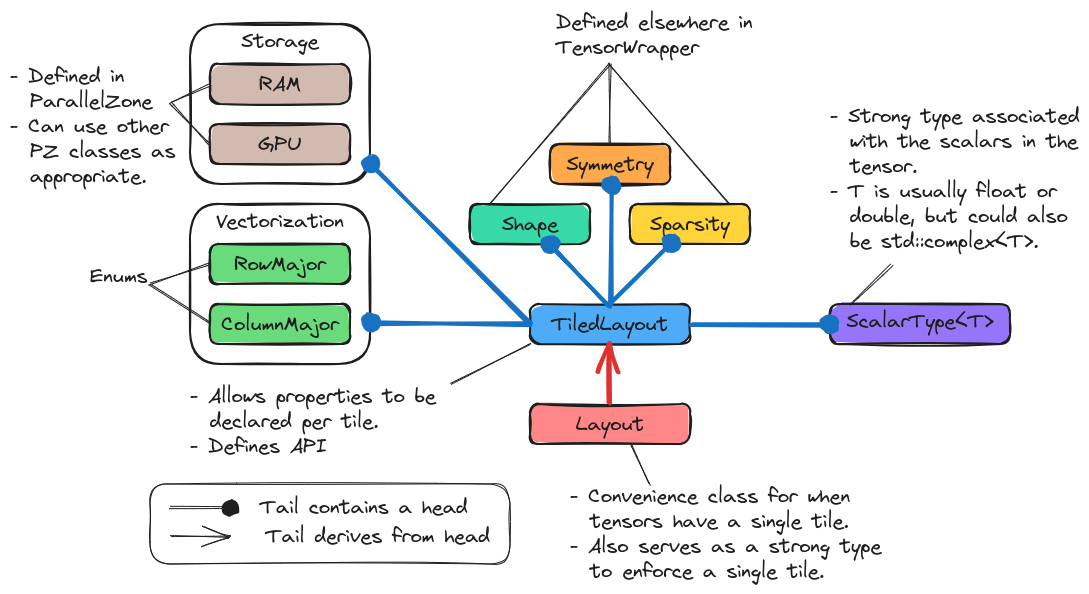
The Excalidraw diagram docs/source/developer/design/assets/layout.png in NWChemEx/TensorWrapper, before a commit. Source tidied: one line per element, renumbered; positions are measured from the earlier drawing's top-left corner, leaving out a move shared by most shapes. Source of this version:
```json
{"id": 0, "type": "rectangle", "strokeColor": "#1e1e1e", "backgroundColor": "#ff8787", "fillStyle": "solid", "strokeWidth": 2, "roughness": 1, "round": true, "x": 520, "y": 394, "width": 160, "height": 40}
{"id": 1, "type": "text", "text": "Layout", "strokeColor": "#1e1e1e", "strokeWidth": 1, "roughness": 1, "fontSize": 20, "fontFamily": 1, "textAlign": "center", "verticalAlign": "middle", "inside": 0, "x": 566, "y": 402, "width": 68, "height": 25}
{"id": 2, "type": "rectangle", "strokeColor": "#1e1e1e", "backgroundColor": "#38d9a9", "fillStyle": "solid", "strokeWidth": 2, "roughness": 1, "round": true, "x": 460, "y": 194, "width": 120, "height": 40}
{"id": 3, "type": "text", "text": "Shape", "strokeColor": "#1e1e1e", "strokeWidth": 1, "roughness": 1, "fontSize": 20, "fontFamily": 1, "textAlign": "center", "verticalAlign": "middle", "inside": 2, "x": 492, "y": 202, "width": 56, "height": 25}
{"id": 4, "type": "rectangle", "strokeColor": "#1e1e1e", "backgroundColor": "#ffa94d", "fillStyle": "solid", "strokeWidth": 2, "roughness": 1, "round": true, "x": 540, "y": 134, "width": 120, "height": 40}
{"id": 5, "type": "text", "text": "Symmetry", "strokeColor": "#1e1e1e", "strokeWidth": 1, "roughness": 1, "fontSize": 20, "fontFamily": 1, "textAlign": "center", "verticalAlign": "middle", "inside": 4, "x": 556, "y": 142, "width": 87, "height": 25}
{"id": 6, "type": "rectangle", "strokeColor": "#1e1e1e", "backgroundColor": "#ffd43b", "fillStyle": "solid", "strokeWidth": 2, "roughness": 1, "round": true, "x": 620, "y": 194, "width": 120, "height": 40}
{"id": 7, "type": "text", "text": "Sparsity", "strokeColor": "#1e1e1e", "strokeWidth": 1, "roughness": 1, "fontSize": 20, "fontFamily": 1, "textAlign": "center", "verticalAlign": "middle", "inside": 6, "x": 640, "y": 202, "width": 80, "height": 25}
{"id": 8, "type": "rectangle", "strokeColor": "#1e1e1e", "strokeWidth": 2, "roughness": 1, "round": true, "x": 180, "y": 194, "width": 180, "height": 160}
{"id": 9, "type": "text", "text": "Vectorization", "strokeColor": "#1e1e1e", "strokeWidth": 1, "roughness": 1, "fontSize": 20, "fontFamily": 1, "textAlign": "center", "inside": 8, "x": 206, "y": 199, "width": 128, "height": 25}
{"id": 10, "type": "rectangle", "strokeColor": "#1e1e1e", "backgroundColor": "#4dabf7", "fillStyle": "solid", "strokeWidth": 2, "roughness": 1, "round": true, "x": 520, "y": 294, "width": 160, "height": 40}
{"id": 11, "type": "text", "text": "TiledLayout", "strokeColor": "#1e1e1e", "strokeWidth": 1, "roughness": 1, "fontSize": 20, "fontFamily": 1, "textAlign": "center", "verticalAlign": "middle", "inside": 10, "x": 542, "y": 302, "width": 116, "height": 25}
{"id": 12, "type": "text", "text": "- Allows properties to be\n  declared per tile.\n- Defines API", "strokeColor": "#1e1e1e", "strokeWidth": 1, "roughness": 1, "fontSize": 20, "fontFamily": 1, "x": 180, "y": 374, "width": 246, "height": 75}
{"id": 13, "type": "text", "text": "- Convenience class for when \n  tensors have a single tile.\n- Also serves as a strong type\n  to enforce a single tile.", "strokeColor": "#1e1e1e", "strokeWidth": 1, "roughness": 1, "fontSize": 20, "fontFamily": 1, "x": 560, "y": 474, "width": 311, "height": 100}
{"id": 14, "type": "rectangle", "strokeColor": "#1e1e1e", "backgroundColor": "#69db7c", "fillStyle": "solid", "strokeWidth": 2, "roughness": 1, "round": true, "x": 200, "y": 234, "width": 140, "height": 40}
{"id": 15, "type": "text", "text": "RowMajor", "strokeColor": "#1e1e1e", "strokeWidth": 1, "roughness": 1, "fontSize": 20, "fontFamily": 1, "textAlign": "center", "verticalAlign": "middle", "inside": 14, "x": 224, "y": 242, "width": 92, "height": 25}
{"id": 16, "type": "rectangle", "strokeColor": "#1e1e1e", "backgroundColor": "#69db7c", "fillStyle": "solid", "strokeWidth": 2, "roughness": 1, "round": true, "x": 200, "y": 294, "width": 140, "height": 40}
{"id": 17, "type": "text", "text": "ColumnMajor", "strokeColor": "#1e1e1e", "strokeWidth": 1, "roughness": 1, "fontSize": 20, "fontFamily": 1, "textAlign": "center", "verticalAlign": "middle", "inside": 16, "x": 211, "y": 302, "width": 117, "height": 25}
{"id": 18, "type": "text", "text": "Enums", "strokeColor": "#1e1e1e", "strokeWidth": 1, "roughness": 1, "fontSize": 20, "fontFamily": 1, "x": 80, "y": 254, "width": 58, "height": 25}
{"id": 19, "type": "rectangle", "strokeColor": "#1e1e1e", "backgroundColor": "#9775fa", "fillStyle": "solid", "strokeWidth": 2, "roughness": 1, "round": true, "x": 820, "y": 294, "width": 180, "height": 40}
{"id": 20, "type": "text", "text": "ScalarType<T>", "strokeColor": "#1e1e1e", "strokeWidth": 1, "roughness": 1, "fontSize": 20, "fontFamily": 1, "textAlign": "center", "inside": 19, "x": 837, "y": 299, "width": 147, "height": 25}
{"id": 21, "type": "text", "text": "- Strong type associated\n  with the scalars in the\n  tensor.\n- T is usually float or\n  double, but could also\n  be std::complex<T>.", "strokeColor": "#1e1e1e", "strokeWidth": 1, "roughness": 1, "fontSize": 20, "fontFamily": 1, "x": 820, "y": 94, "width": 250, "height": 150}
{"id": 22, "type": "line", "strokeColor": "#1e1e1e", "strokeWidth": 1, "roughness": 1, "round": true, "x": 140, "y": 274, "width": 60, "height": 20, "points": [[0, 0], [60, -20]]}
{"id": 23, "type": "line", "strokeColor": "#1e1e1e", "strokeWidth": 1, "roughness": 1, "round": true, "x": 140, "y": 274, "width": 60, "height": 40, "points": [[0, 0], [60, 40]]}
{"id": 24, "type": "line", "strokeColor": "#1e1e1e", "strokeWidth": 1, "roughness": 1, "round": true, "x": 841, "y": 294, "width": 40, "height": 40, "points": [[0, 0], [40, -40]]}
{"id": 25, "type": "arrow", "strokeColor": "#1971c2", "strokeWidth": 4, "roughness": 1, "endArrowhead": "dot", "round": true, "to": 4, "x": 601, "y": 295, "width": 0, "height": 120, "points": [[0, 0], [0, -120]]}
{"id": 26, "type": "arrow", "strokeColor": "#1971c2", "strokeWidth": 4, "roughness": 1, "endArrowhead": "dot", "round": true, "to": 2, "x": 600, "y": 296, "width": 60, "height": 60, "points": [[0, 0], [-60, -60]]}
{"id": 27, "type": "arrow", "strokeColor": "#1971c2", "strokeWidth": 4, "roughness": 1, "endArrowhead": "dot", "round": true, "from": 10, "to": 6, "x": 600, "y": 294, "width": 60, "height": 60, "points": [[0, 0], [60, -60]]}
{"id": 28, "type": "arrow", "strokeColor": "#1971c2", "strokeWidth": 4, "roughness": 1, "endArrowhead": "dot", "round": true, "from": 10, "to": 19, "x": 681, "y": 314, "width": 138, "height": 1, "points": [[0, 0], [138, 1]]}
{"id": 29, "type": "arrow", "strokeColor": "#1971c2", "strokeWidth": 4, "roughness": 1, "endArrowhead": "dot", "round": true, "from": 10, "to": 8, "x": 520, "y": 314, "width": 160, "height": 0, "points": [[0, 0], [-160, 0]]}
{"id": 30, "type": "arrow", "strokeColor": "#e03131", "strokeWidth": 4, "roughness": 1, "endArrowhead": "arrow", "round": true, "from": 0, "to": 10, "x": 600, "y": 394, "width": 0, "height": 60, "points": [[0, 0], [0, -60]]}
{"id": 31, "type": "arrow", "strokeColor": "#1e1e1e", "strokeWidth": 1, "roughness": 1, "endArrowhead": "dot", "round": true, "x": 160, "y": 497, "width": 60, "height": 0, "points": [[0, 0], [60, 0]]}
{"id": 32, "type": "text", "text": "Tail contains a head", "strokeColor": "#1e1e1e", "strokeWidth": 1, "roughness": 1, "fontSize": 20, "fontFamily": 1, "x": 250, "y": 485, "width": 208, "height": 25}
{"id": 33, "type": "arrow", "strokeColor": "#1e1e1e", "strokeWidth": 1, "roughness": 1, "endArrowhead": "arrow", "round": true, "x": 161, "y": 526, "width": 60, "height": 0, "points": [[0, 0], [60, 0]]}
{"id": 34, "type": "text", "text": "Tail derives from head", "strokeColor": "#1e1e1e", "strokeWidth": 1, "roughness": 1, "fontSize": 20, "fontFamily": 1, "x": 256, "y": 514, "width": 224, "height": 25}
{"id": 35, "type": "rectangle", "strokeColor": "#1e1e1e", "strokeWidth": 1, "roughness": 1, "round": true, "x": 140, "y": 474, "width": 360, "height": 80}
{"id": 36, "type": "line", "strokeColor": "#1e1e1e", "strokeWidth": 1, "roughness": 1, "round": true, "x": 440, "y": 374, "width": 80, "height": 40, "points": [[0, 0], [80, -40]]}
{"id": 37, "type": "line", "strokeColor": "#1e1e1e", "strokeWidth": 1, "roughness": 1, "round": true, "x": 640, "y": 474, "width": 20, "height": 40, "points": [[0, 0], [-20, -40]]}
{"id": 38, "type": "line", "strokeColor": "#1e1e1e", "backgroundColor": "#ff8787", "fillStyle": "solid", "strokeWidth": 1, "roughness": 1, "round": true, "x": 480, "y": 194, "width": 120, "height": 140, "points": [[0, 0], [120, -140]]}
{"id": 39, "type": "line", "strokeColor": "#1e1e1e", "backgroundColor": "#ff8787", "fillStyle": "solid", "strokeWidth": 1, "roughness": 1, "round": true, "x": 600, "y": 134, "width": 0, "height": 80, "points": [[0, 0], [0, -80]]}
{"id": 40, "type": "line", "strokeColor": "#1e1e1e", "backgroundColor": "#ff8787", "fillStyle": "solid", "strokeWidth": 1, "roughness": 1, "round": true, "x": 720, "y": 194, "width": 120, "height": 140, "points": [[0, 0], [-120, -140]]}
{"id": 41, "type": "text", "text": "Defined elsewhere in\nTensorWrapper", "strokeColor": "#1e1e1e", "backgroundColor": "#ff8787", "fillStyle": "solid", "strokeWidth": 2, "roughness": 1, "fontSize": 20, "fontFamily": 1, "x": 546, "y": 0, "width": 197, "height": 50}
{"id": 42, "type": "rectangle", "strokeColor": "#1e1e1e", "strokeWidth": 2, "roughness": 1, "round": true, "x": 180, "y": 14, "width": 180, "height": 160}
{"id": 43, "type": "text", "text": "Storage", "strokeColor": "#1e1e1e", "backgroundColor": "#9775fa", "fillStyle": "solid", "strokeWidth": 2, "roughness": 1, "fontSize": 20, "fontFamily": 1, "textAlign": "center", "inside": 42, "x": 231, "y": 19, "width": 77, "height": 25}
{"id": 44, "type": "rectangle", "strokeColor": "#1e1e1e", "backgroundColor": "#d2bab0", "fillStyle": "solid", "strokeWidth": 2, "roughness": 1, "round": true, "x": 200, "y": 54, "width": 140, "height": 40}
{"id": 45, "type": "text", "text": "RAM", "strokeColor": "#1e1e1e", "strokeWidth": 2, "roughness": 1, "fontSize": 20, "fontFamily": 1, "textAlign": "center", "verticalAlign": "middle", "inside": 44, "x": 249, "y": 62, "width": 42, "height": 25}
{"id": 46, "type": "rectangle", "strokeColor": "#1e1e1e", "backgroundColor": "#d2bab0", "fillStyle": "solid", "strokeWidth": 2, "roughness": 1, "round": true, "x": 200, "y": 114, "width": 140, "height": 40}
{"id": 47, "type": "text", "text": "GPU", "strokeColor": "#1e1e1e", "strokeWidth": 2, "roughness": 1, "fontSize": 20, "fontFamily": 1, "textAlign": "center", "verticalAlign": "middle", "inside": 46, "x": 248, "y": 122, "width": 43, "height": 25}
{"id": 48, "type": "text", "text": "- Defined in\n  ParallelZone\n- Can use other\n  PZ classes as\n  appropriate.", "strokeColor": "#1e1e1e", "strokeWidth": 2, "roughness": 1, "fontSize": 20, "fontFamily": 1, "x": 0, "y": 54, "width": 166, "height": 125}
{"id": 49, "type": "line", "strokeColor": "#1e1e1e", "strokeWidth": 1, "roughness": 1, "round": true, "x": 160, "y": 94, "width": 40, "height": 20, "points": [[0, 0], [40, -20]]}
{"id": 50, "type": "line", "strokeColor": "#1e1e1e", "strokeWidth": 1, "roughness": 1, "round": true, "x": 160, "y": 94, "width": 40, "height": 40, "points": [[0, 0], [40, 40]]}
{"id": 51, "type": "arrow", "strokeColor": "#1971c2", "backgroundColor": "#d2bab0", "fillStyle": "solid", "strokeWidth": 4, "roughness": 1, "endArrowhead": "dot", "round": true, "from": 10, "x": 520, "y": 314, "width": 160, "height": 160, "points": [[0, 0], [-160, -160]]}
```
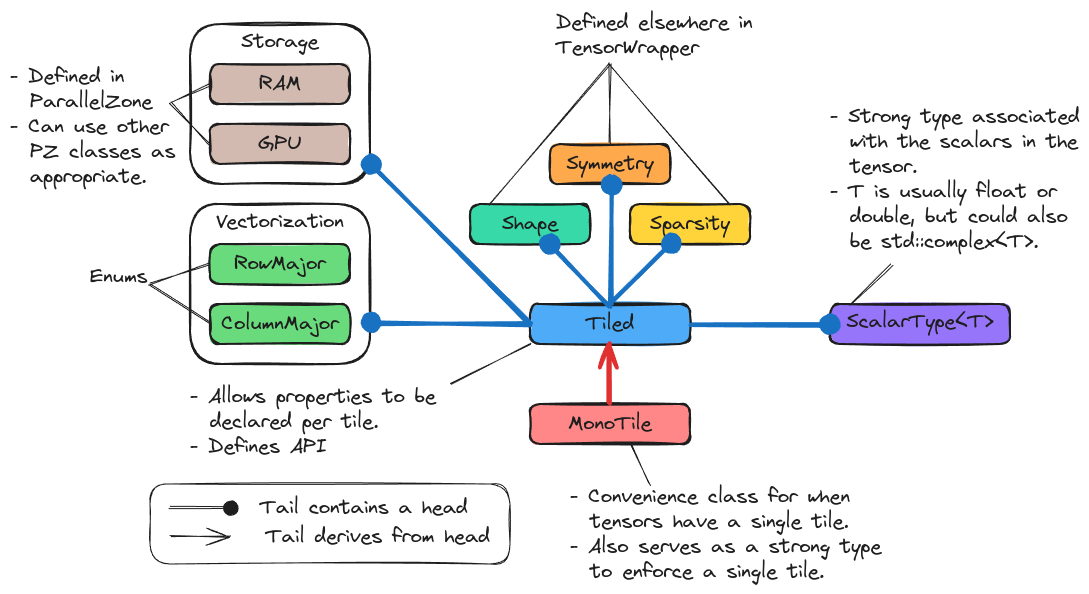
Later version of the same file.

Diff of the diagram source:
```diff
@@ -1,5 +1,5 @@
 {"id": 0, "type": "rectangle", "strokeColor": "#1e1e1e", "backgroundColor": "#ff8787", "fillStyle": "solid", "strokeWidth": 2, "roughness": 1, "round": true, "x": 520, "y": 394, "width": 160, "height": 40}
-{"id": 1, "type": "text", "text": "Layout", "strokeColor": "#1e1e1e", "strokeWidth": 1, "roughness": 1, "fontSize": 20, "fontFamily": 1, "textAlign": "center", "verticalAlign": "middle", "inside": 0, "x": 566, "y": 402, "width": 68, "height": 25}
+{"id": 1, "type": "text", "text": "MonoTile", "strokeColor": "#1e1e1e", "strokeWidth": 1, "roughness": 1, "fontSize": 20, "fontFamily": 1, "textAlign": "center", "verticalAlign": "middle", "inside": 0, "x": 558, "y": 402, "width": 83, "height": 25}
 {"id": 2, "type": "rectangle", "strokeColor": "#1e1e1e", "backgroundColor": "#38d9a9", "fillStyle": "solid", "strokeWidth": 2, "roughness": 1, "round": true, "x": 460, "y": 194, "width": 120, "height": 40}
 {"id": 3, "type": "text", "text": "Shape", "strokeColor": "#1e1e1e", "strokeWidth": 1, "roughness": 1, "fontSize": 20, "fontFamily": 1, "textAlign": "center", "verticalAlign": "middle", "inside": 2, "x": 492, "y": 202, "width": 56, "height": 25}
 {"id": 4, "type": "rectangle", "strokeColor": "#1e1e1e", "backgroundColor": "#ffa94d", "fillStyle": "solid", "strokeWidth": 2, "roughness": 1, "round": true, "x": 540, "y": 134, "width": 120, "height": 40}
@@ -9,7 +9,7 @@
 {"id": 8, "type": "rectangle", "strokeColor": "#1e1e1e", "strokeWidth": 2, "roughness": 1, "round": true, "x": 180, "y": 194, "width": 180, "height": 160}
 {"id": 9, "type": "text", "text": "Vectorization", "strokeColor": "#1e1e1e", "strokeWidth": 1, "roughness": 1, "fontSize": 20, "fontFamily": 1, "textAlign": "center", "inside": 8, "x": 206, "y": 199, "width": 128, "height": 25}
 {"id": 10, "type": "rectangle", "strokeColor": "#1e1e1e", "backgroundColor": "#4dabf7", "fillStyle": "solid", "strokeWidth": 2, "roughness": 1, "round": true, "x": 520, "y": 294, "width": 160, "height": 40}
-{"id": 11, "type": "text", "text": "TiledLayout", "strokeColor": "#1e1e1e", "strokeWidth": 1, "roughness": 1, "fontSize": 20, "fontFamily": 1, "textAlign": "center", "verticalAlign": "middle", "inside": 10, "x": 542, "y": 302, "width": 116, "height": 25}
+{"id": 11, "type": "text", "text": "Tiled", "strokeColor": "#1e1e1e", "strokeWidth": 1, "roughness": 1, "fontSize": 20, "fontFamily": 1, "textAlign": "center", "verticalAlign": "middle", "inside": 10, "x": 576, "y": 302, "width": 48, "height": 25}
 {"id": 12, "type": "text", "text": "- Allows properties to be\n  declared per tile.\n- Defines API", "strokeColor": "#1e1e1e", "strokeWidth": 1, "roughness": 1, "fontSize": 20, "fontFamily": 1, "x": 180, "y": 374, "width": 246, "height": 75}
 {"id": 13, "type": "text", "text": "- Convenience class for when \n  tensors have a single tile.\n- Also serves as a strong type\n  to enforce a single tile.", "strokeColor": "#1e1e1e", "strokeWidth": 1, "roughness": 1, "fontSize": 20, "fontFamily": 1, "x": 560, "y": 474, "width": 311, "height": 100}
 {"id": 14, "type": "rectangle", "strokeColor": "#1e1e1e", "backgroundColor": "#69db7c", "fillStyle": "solid", "strokeWidth": 2, "roughness": 1, "round": true, "x": 200, "y": 234, "width": 140, "height": 40}
```
